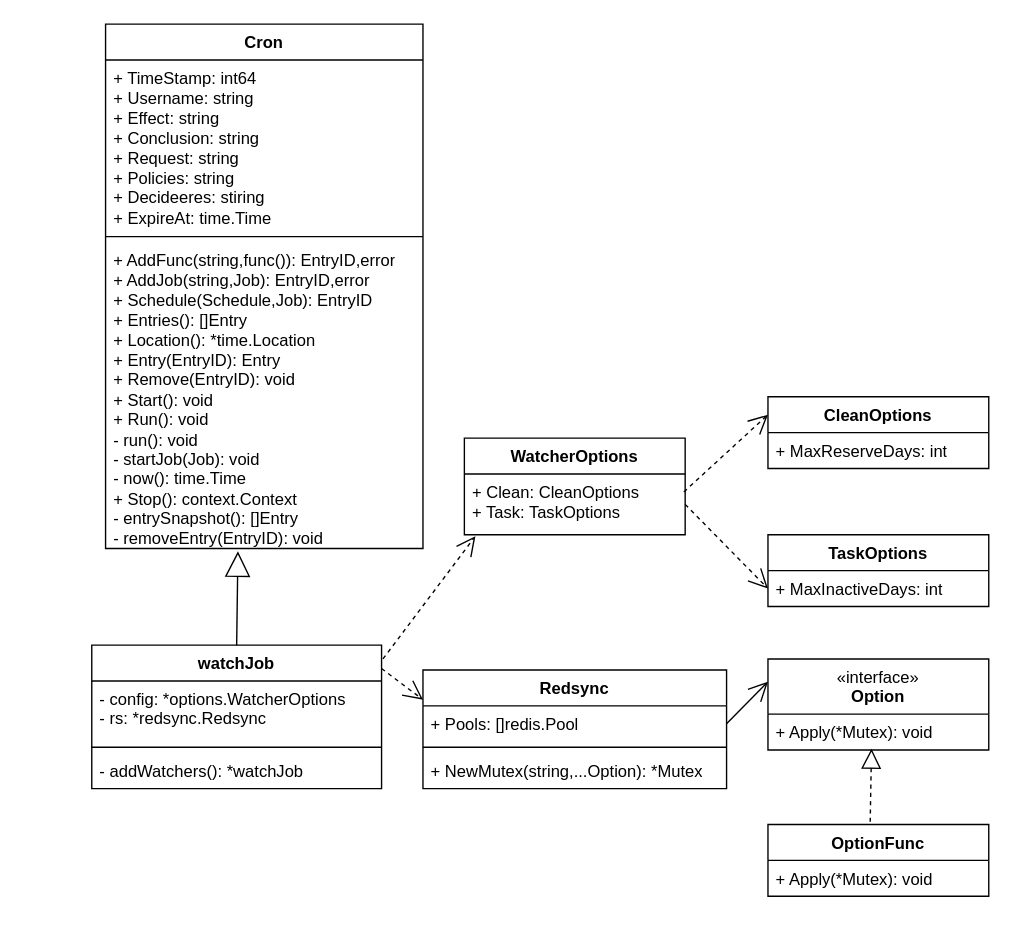
Above: 分布式作业结构体类图.drawio in elisaovivo/restful-api-demo (draw.io), before the change. Source tidied: cells renumbered, new cells numbered last; positions are measured from the earlier drawing's top-left corner, leaving out a move shared by most shapes. Both pictures are drawn from the tidied source at 138%, with x=0, y=0 at pixel (91, 23).
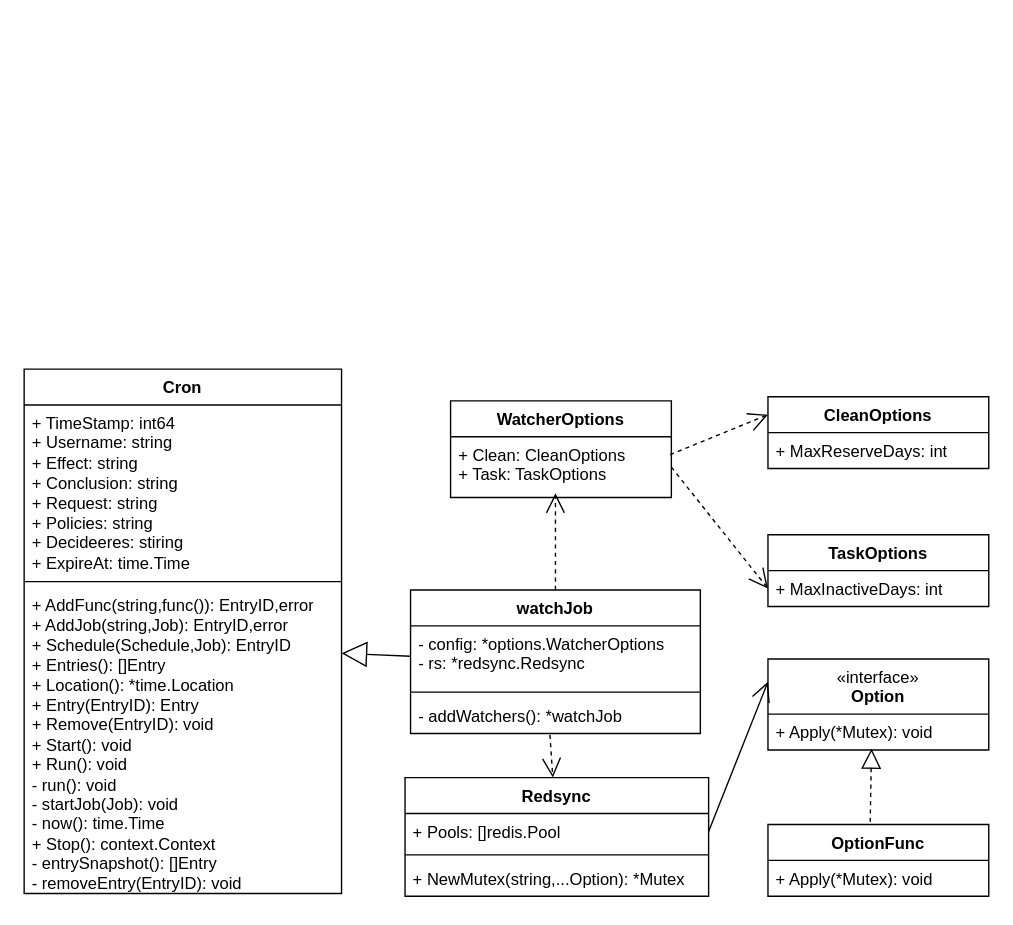
Above is the later version.

Commit message:
更新分布式作业结构体类图.drawio

Unchanged cells that the change refers to:
```xml
<mxCell id="3" value="- config: *options.WatcherOptions&lt;br&gt;- rs: *redsync.Redsync&lt;br&gt;" style="text;strokeColor=none;fillColor=none;align=left;verticalAlign=top;spacingLeft=4;spacingRight=4;overflow=hidden;points=[[0,0.5],[1,0.5]];portConstraint=eastwest;whiteSpace=wrap;html=1;" parent="2" vertex="1">
  <mxGeometry y="26" width="210" height="44" as="geometry" />
</mxCell>
<mxCell id="5" value="-&amp;nbsp;addWatchers&lt;span style=&quot;background-color: initial;&quot;&gt;(): *watchJob&lt;/span&gt;" style="text;strokeColor=none;fillColor=none;align=left;verticalAlign=top;spacingLeft=4;spacingRight=4;overflow=hidden;points=[[0,0.5],[1,0.5]];portConstraint=eastwest;whiteSpace=wrap;html=1;" parent="2" vertex="1">
  <mxGeometry y="78" width="210" height="26" as="geometry" />
</mxCell>
<mxCell id="9" value="+ AddFunc(string,func()): EntryID,error&lt;br&gt;+ AddJob(string,Job): EntryID,error&lt;br&gt;+ Schedule(Schedule,Job): EntryID&lt;br&gt;+ Entries(): []Entry&lt;br&gt;+ Location(): *time.Location&lt;br&gt;+ Entry(EntryID): Entry&lt;br&gt;+ Remove(EntryID): void&lt;br&gt;+ Start(): void&lt;br&gt;+ Run(): void&lt;br&gt;- run(): void&lt;br&gt;- startJob(Job): void&lt;br&gt;- now(): time.Time&lt;br&gt;+ Stop(): context.Context&lt;br&gt;- entrySnapshot(): []Entry&lt;br&gt;- removeEntry(EntryID): void" style="text;strokeColor=none;fillColor=none;align=left;verticalAlign=top;spacingLeft=4;spacingRight=4;overflow=hidden;points=[[0,0.5],[1,0.5]];portConstraint=eastwest;whiteSpace=wrap;html=1;" parent="6" vertex="1">
  <mxGeometry y="158" width="230" height="222" as="geometry" />
</mxCell>
<mxCell id="12" value="+ Clean: CleanOptions&lt;br&gt;+ Task: TaskOptions" style="text;strokeColor=none;fillColor=none;align=left;verticalAlign=top;spacingLeft=4;spacingRight=4;overflow=hidden;points=[[0,0.5],[1,0.5]];portConstraint=eastwest;whiteSpace=wrap;html=1;" parent="11" vertex="1">
  <mxGeometry y="26" width="160" height="44" as="geometry" />
</mxCell>
```

Change to the diagram source:
```diff
@@
     <mxCell id="2" value="watchJob" style="swimlane;fontStyle=1;align=center;verticalAlign=top;horizontal=1;startSize=26;whiteSpace=wrap;html=1;" parent="1" vertex="1">
-      <mxGeometry y="450" width="210" height="104" as="geometry" />
+      <mxGeometry x="231" y="410" width="210" height="104" as="geometry" />
     </mxCell>
@@
     <mxCell id="6" value="Cron" style="swimlane;fontStyle=1;align=center;verticalAlign=top;horizontal=1;startSize=26;whiteSpace=wrap;html=1;" parent="1" vertex="1">
-      <mxGeometry x="10" width="230" height="380" as="geometry" />
+      <mxGeometry x="-49" y="250" width="230" height="380" as="geometry" />
     </mxCell>
@@
-    <mxCell id="10" style="endArrow=block;endSize=16;endFill=0;html=1;rounded=0;exitX=0.5;exitY=0;exitDx=0;exitDy=0;entryX=0.417;entryY=1.009;entryDx=0;entryDy=0;entryPerimeter=0;" parent="1" edge="1" source="2" target="9">
+    <mxCell id="10" style="endArrow=block;endSize=16;endFill=0;html=1;rounded=0;exitX=0;exitY=0.5;exitDx=0;exitDy=0;entryX=1;entryY=0.216;entryDx=0;entryDy=0;entryPerimeter=0;" parent="1" edge="1" source="3" target="9">
       <mxGeometry relative="1" as="geometry" />
     </mxCell>
     <mxCell id="11" value="WatcherOptions" style="swimlane;fontStyle=1;align=center;verticalAlign=top;horizontal=1;startSize=26;whiteSpace=wrap;html=1;" parent="1" vertex="1">
-      <mxGeometry x="270" y="300" width="160" height="70" as="geometry" />
+      <mxGeometry x="260" y="273" width="160" height="70" as="geometry" />
     </mxCell>
@@
     <mxCell id="17" value="Redsync" style="swimlane;fontStyle=1;align=center;verticalAlign=top;horizontal=1;startSize=26;whiteSpace=wrap;html=1;" parent="1" vertex="1">
-      <mxGeometry x="240" y="468" width="220" height="86" as="geometry" />
+      <mxGeometry x="227" y="546" width="220" height="86" as="geometry" />
     </mxCell>
@@
-    <mxCell id="25" style="endArrow=open;endSize=12;dashed=1;html=1;rounded=0;entryX=0.05;entryY=1.023;entryDx=0;entryDy=0;entryPerimeter=0;" parent="1" edge="1" target="12">
-      <mxGeometry relative="1" as="geometry">
-        <mxPoint x="211" y="460" as="sourcePoint" />
-      </mxGeometry>
+    <mxCell id="25" style="endArrow=open;endSize=12;dashed=1;html=1;rounded=0;entryX=0.475;entryY=0.932;entryDx=0;entryDy=0;entryPerimeter=0;exitX=0.5;exitY=0;exitDx=0;exitDy=0;" parent="1" edge="1" source="2" target="12">
+      <mxGeometry relative="1" as="geometry" />
     </mxCell>
-    <mxCell id="26" style="endArrow=open;endSize=12;dashed=1;html=1;rounded=0;entryX=0;entryY=0.25;entryDx=0;entryDy=0;exitX=1;exitY=0.163;exitDx=0;exitDy=0;exitPerimeter=0;" parent="1" edge="1" source="2" target="17">
+    <mxCell id="26" style="endArrow=open;endSize=12;dashed=1;html=1;rounded=0;exitX=0.481;exitY=1.038;exitDx=0;exitDy=0;exitPerimeter=0;" parent="1" edge="1" source="5" target="17">
       <mxGeometry relative="1" as="geometry" />
     </mxCell>
```
